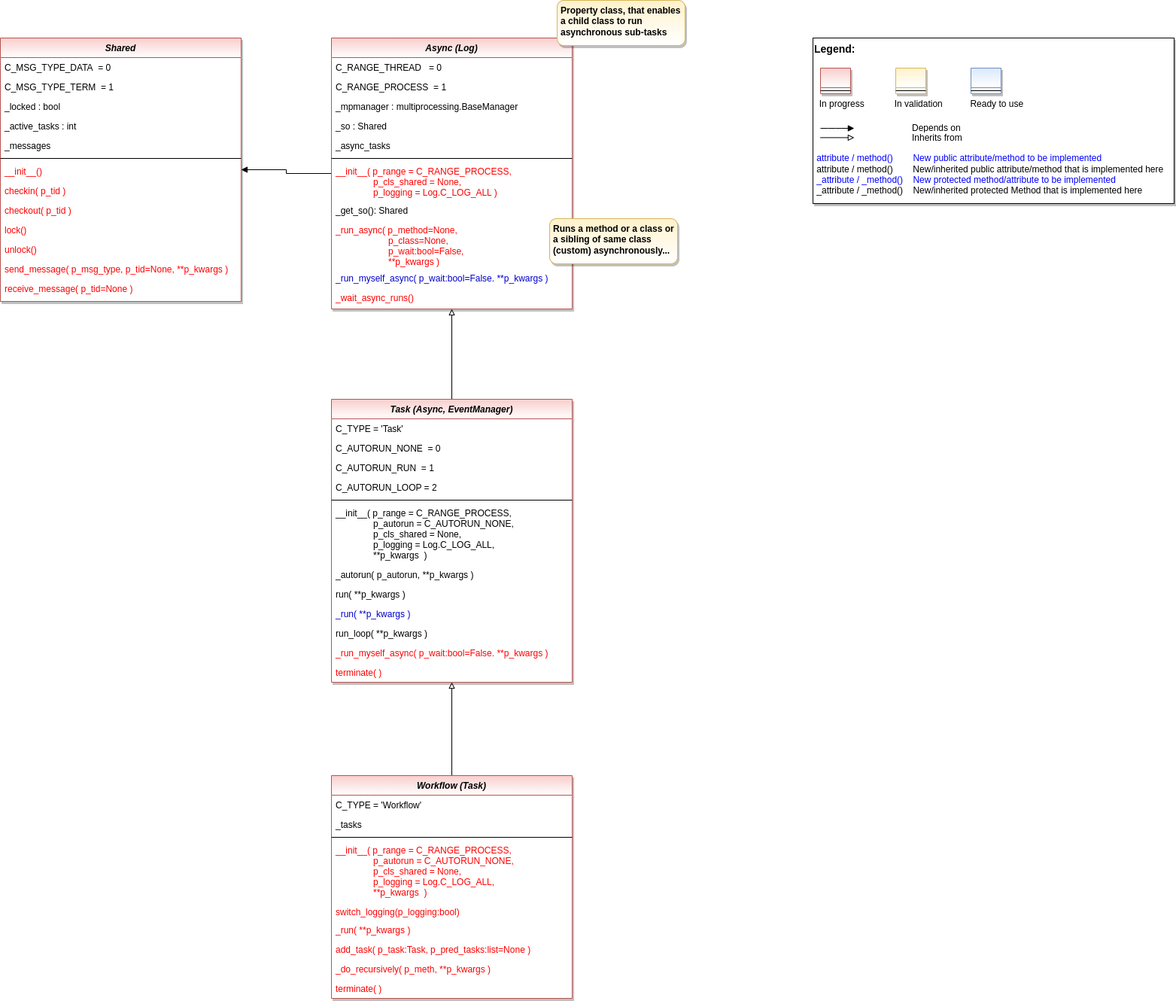
This is doc/rtd/content/append2/core/images/bf/MLPro-BF-MP_class_diagram.drawio.png from fhswf/MLPro, a draw.io export, as it was before one commit. Source tidied: cells renumbered, new cells last; positions are measured from the earlier drawing's top-left corner, leaving out a move shared by most shapes.
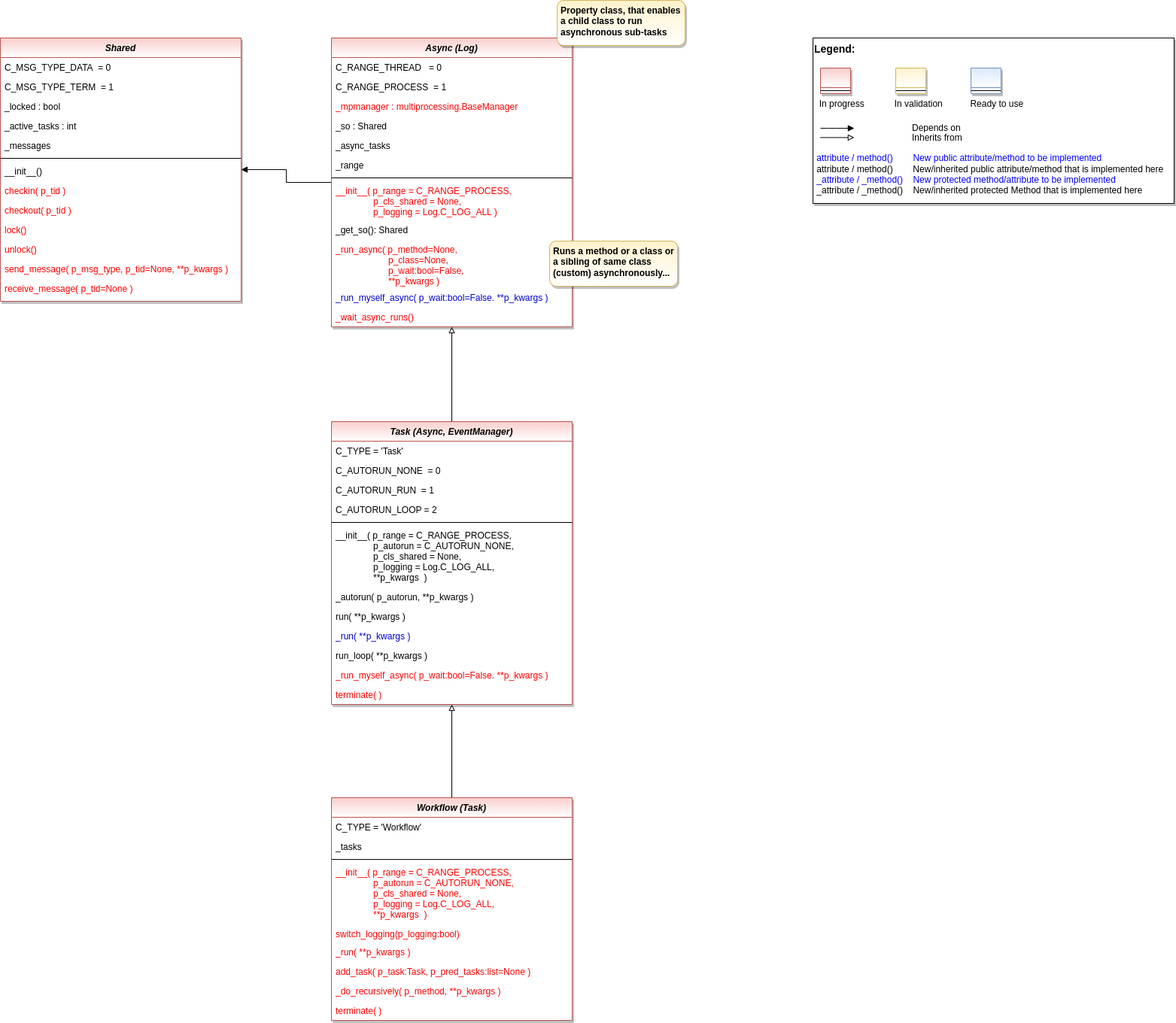
Later version of the same file.

Commit message:
updated diags and class interfaces

What changed in the source:
```diff
@@ -64,7 +64,7 @@
     <mxCell id="18" style="line;html=1;strokeWidth=1;align=left;verticalAlign=middle;spacingTop=-1;spacingLeft=3;spacingRight=3;labelPosition=right;" parent="12" vertex="1">
       <mxGeometry y="156" width="320" height="8" as="geometry" />
     </mxCell>
-    <mxCell id="19" value="__init__()" style="text;align=left;verticalAlign=top;spacingLeft=4;spacingRight=4;overflow=hidden;fontColor=#FF0000;" parent="12" vertex="1">
+    <mxCell id="19" value="__init__()" style="text;align=left;verticalAlign=top;spacingLeft=4;spacingRight=4;overflow=hidden;fontColor=default;" parent="12" vertex="1">
       <mxGeometry y="164" width="320" height="26" as="geometry" />
     </mxCell>
     <mxCell id="20" value="checkin( p_tid )" style="text;align=left;verticalAlign=top;spacingLeft=4;spacingRight=4;overflow=hidden;fontColor=#FF0000;" parent="12" vertex="1">
@@ -89,7 +89,7 @@
       <mxGeometry relative="1" as="geometry" />
     </mxCell>
     <mxCell id="27" value="Async (Log)" style="swimlane;fontStyle=3;align=center;verticalAlign=top;horizontal=1;startSize=26;rounded=0;shadow=1;strokeWidth=1;fillColor=#f8cecc;strokeColor=#b85450;glass=0;swimlaneFillColor=#ffffff;gradientColor=#ffffff;" parent="1" vertex="1">
-      <mxGeometry x="440" y="50" width="320" height="360" as="geometry" />
+      <mxGeometry x="440" y="50" width="320" height="384" as="geometry" />
     </mxCell>
     <mxCell id="28" value="C_RANGE_THREAD   = 0" style="text;align=left;verticalAlign=top;spacingLeft=4;spacingRight=4;overflow=hidden;" parent="27" vertex="1">
       <mxGeometry y="26" width="320" height="26" as="geometry" />
@@ -97,7 +97,7 @@
     <mxCell id="29" value="C_RANGE_PROCESS  = 1" style="text;align=left;verticalAlign=top;spacingLeft=4;spacingRight=4;overflow=hidden;" parent="27" vertex="1">
       <mxGeometry y="52" width="320" height="26" as="geometry" />
     </mxCell>
-    <mxCell id="30" value="_mpmanager : multiprocessing.BaseManager" style="text;align=left;verticalAlign=top;spacingLeft=4;spacingRight=4;overflow=hidden;" parent="27" vertex="1">
+    <mxCell id="30" value="_mpmanager : multiprocessing.BaseManager" style="text;align=left;verticalAlign=top;spacingLeft=4;spacingRight=4;overflow=hidden;fontColor=#FF0000;" parent="27" vertex="1">
       <mxGeometry y="78" width="320" height="26" as="geometry" />
     </mxCell>
     <mxCell id="31" value="_so : Shared" style="text;align=left;verticalAlign=top;spacingLeft=4;spacingRight=4;overflow=hidden;" parent="27" vertex="1">
@@ -106,23 +106,26 @@
     <mxCell id="32" value="_async_tasks" style="text;align=left;verticalAlign=top;spacingLeft=4;spacingRight=4;overflow=hidden;" parent="27" vertex="1">
       <mxGeometry y="130" width="320" height="26" as="geometry" />
     </mxCell>
+    <mxCell id="66" value="_range" style="text;align=left;verticalAlign=top;spacingLeft=4;spacingRight=4;overflow=hidden;" parent="27" vertex="1">
+      <mxGeometry y="156" width="320" height="26" as="geometry" />
+    </mxCell>
     <mxCell id="33" style="line;html=1;strokeWidth=1;align=left;verticalAlign=middle;spacingTop=-1;spacingLeft=3;spacingRight=3;labelPosition=right;" parent="27" vertex="1">
-      <mxGeometry y="156" width="320" height="8" as="geometry" />
+      <mxGeometry y="182" width="320" height="8" as="geometry" />
     </mxCell>
     <mxCell id="34" value="__init__( p_range = C_RANGE_PROCESS,&#10;               p_cls_shared = None,&#10;               p_logging = Log.C_LOG_ALL )" style="text;align=left;verticalAlign=top;spacingLeft=4;spacingRight=4;overflow=hidden;fontColor=#FF0000;" parent="27" vertex="1">
-      <mxGeometry y="164" width="320" height="52" as="geometry" />
+      <mxGeometry y="190" width="320" height="52" as="geometry" />
     </mxCell>
     <mxCell id="35" value="_get_so(): Shared" style="text;align=left;verticalAlign=top;spacingLeft=4;spacingRight=4;overflow=hidden;fontColor=default;" parent="27" vertex="1">
-      <mxGeometry y="216" width="320" height="26" as="geometry" />
+      <mxGeometry y="242" width="320" height="26" as="geometry" />
     </mxCell>
     <mxCell id="36" value="_run_async( p_method=None,&#10;                     p_class=None,&#10;                     p_wait:bool=False,&#10;                     **p_kwargs )" style="text;align=left;verticalAlign=top;spacingLeft=4;spacingRight=4;overflow=hidden;fontColor=#FF0000;" parent="27" vertex="1">
-      <mxGeometry y="242" width="320" height="64" as="geometry" />
+      <mxGeometry y="268" width="320" height="64" as="geometry" />
     </mxCell>
     <mxCell id="37" value="_run_myself_async( p_wait:bool=False. **p_kwargs )" style="text;align=left;verticalAlign=top;spacingLeft=4;spacingRight=4;overflow=hidden;fontColor=#0000CC;" parent="27" vertex="1">
-      <mxGeometry y="306" width="320" height="26" as="geometry" />
+      <mxGeometry y="332" width="320" height="26" as="geometry" />
     </mxCell>
     <mxCell id="38" value="_wait_async_runs()" style="text;align=left;verticalAlign=top;spacingLeft=4;spacingRight=4;overflow=hidden;fontColor=#FF0000;" parent="27" vertex="1">
-      <mxGeometry y="332" width="320" height="26" as="geometry" />
+      <mxGeometry y="358" width="320" height="26" as="geometry" />
     </mxCell>
     <mxCell id="39" value="Property class, that enables a child class to run asynchronous sub-tasks" style="rounded=1;whiteSpace=wrap;html=1;fillColor=#fff2cc;strokeColor=#d6b656;shadow=1;gradientColor=#ffffff;fontStyle=1;align=left;verticalAlign=top;spacingRight=3;spacingLeft=3;" parent="1" vertex="1">
       <mxGeometry x="740" width="170" height="60" as="geometry" />
@@ -131,7 +134,7 @@
       <mxGeometry relative="1" as="geometry" />
     </mxCell>
     <mxCell id="41" value="Task (Async, EventManager)" style="swimlane;fontStyle=3;align=center;verticalAlign=top;horizontal=1;startSize=26;rounded=0;shadow=1;strokeWidth=1;fillColor=#f8cecc;strokeColor=#b85450;glass=0;swimlaneFillColor=#ffffff;gradientColor=#ffffff;" parent="1" vertex="1">
-      <mxGeometry x="440" y="530" width="320" height="376" as="geometry" />
+      <mxGeometry x="440" y="560" width="320" height="376" as="geometry" />
     </mxCell>
     <mxCell id="42" value="C_TYPE = 'Task'" style="text;align=left;verticalAlign=top;spacingLeft=4;spacingRight=4;overflow=hidden;" parent="41" vertex="1">
       <mxGeometry y="26" width="320" height="26" as="geometry" />
@@ -173,7 +176,7 @@
       <mxGeometry relative="1" as="geometry" />
     </mxCell>
     <mxCell id="55" value="Workflow (Task)" style="swimlane;fontStyle=3;align=center;verticalAlign=top;horizontal=1;startSize=26;rounded=0;shadow=1;strokeWidth=1;fillColor=#f8cecc;strokeColor=#b85450;glass=0;swimlaneFillColor=#ffffff;gradientColor=#ffffff;" parent="1" vertex="1">
-      <mxGeometry x="440" y="1030" width="320" height="296" as="geometry" />
+      <mxGeometry x="440" y="1060" width="320" height="296" as="geometry" />
     </mxCell>
     <mxCell id="56" value="C_TYPE = 'Workflow'" style="text;align=left;verticalAlign=top;spacingLeft=4;spacingRight=4;overflow=hidden;" parent="55" vertex="1">
       <mxGeometry y="26" width="320" height="26" as="geometry" />
@@ -196,14 +199,14 @@
     <mxCell id="62" value="add_task( p_task:Task, p_pred_tasks:list=None )" style="text;align=left;verticalAlign=top;spacingLeft=4;spacingRight=4;overflow=hidden;fontColor=#FF0000;" parent="55" vertex="1">
       <mxGeometry y="218" width="320" height="26" as="geometry" />
     </mxCell>
-    <mxCell id="63" value="_do_recursively( p_meth, **p_kwargs )" style="text;align=left;verticalAlign=top;spacingLeft=4;spacingRight=4;overflow=hidden;fontColor=#FF0000;" parent="55" vertex="1">
+    <mxCell id="63" value="_do_recursively( p_method, **p_kwargs )" style="text;align=left;verticalAlign=top;spacingLeft=4;spacingRight=4;overflow=hidden;fontColor=#FF0000;" parent="55" vertex="1">
       <mxGeometry y="244" width="320" height="26" as="geometry" />
     </mxCell>
     <mxCell id="64" value="terminate( )" style="text;align=left;verticalAlign=top;spacingLeft=4;spacingRight=4;overflow=hidden;fontColor=#FF0000;" parent="55" vertex="1">
       <mxGeometry y="270" width="320" height="26" as="geometry" />
     </mxCell>
     <mxCell id="65" value="Runs a method or a class or a sibling of same class (custom) asynchronously..." style="rounded=1;whiteSpace=wrap;html=1;fillColor=#fff2cc;strokeColor=#d6b656;shadow=1;gradientColor=#ffffff;fontStyle=1;align=left;verticalAlign=top;spacingRight=3;spacingLeft=3;" parent="1" vertex="1">
-      <mxGeometry x="730" y="290" width="170" height="60" as="geometry" />
+      <mxGeometry x="730" y="320" width="170" height="60" as="geometry" />
     </mxCell>
   </root>
 </mxGraphModel>
```
